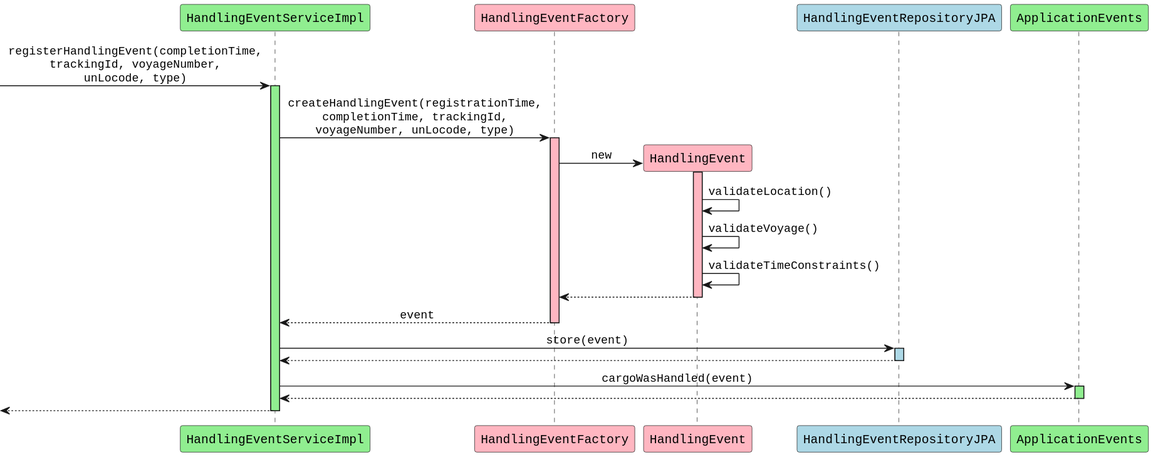
Above: diagrams/HandlingEventServiceImpl_registerHandlingEvent.svg in aowss/dddsample-core (PlantUML), before the change.
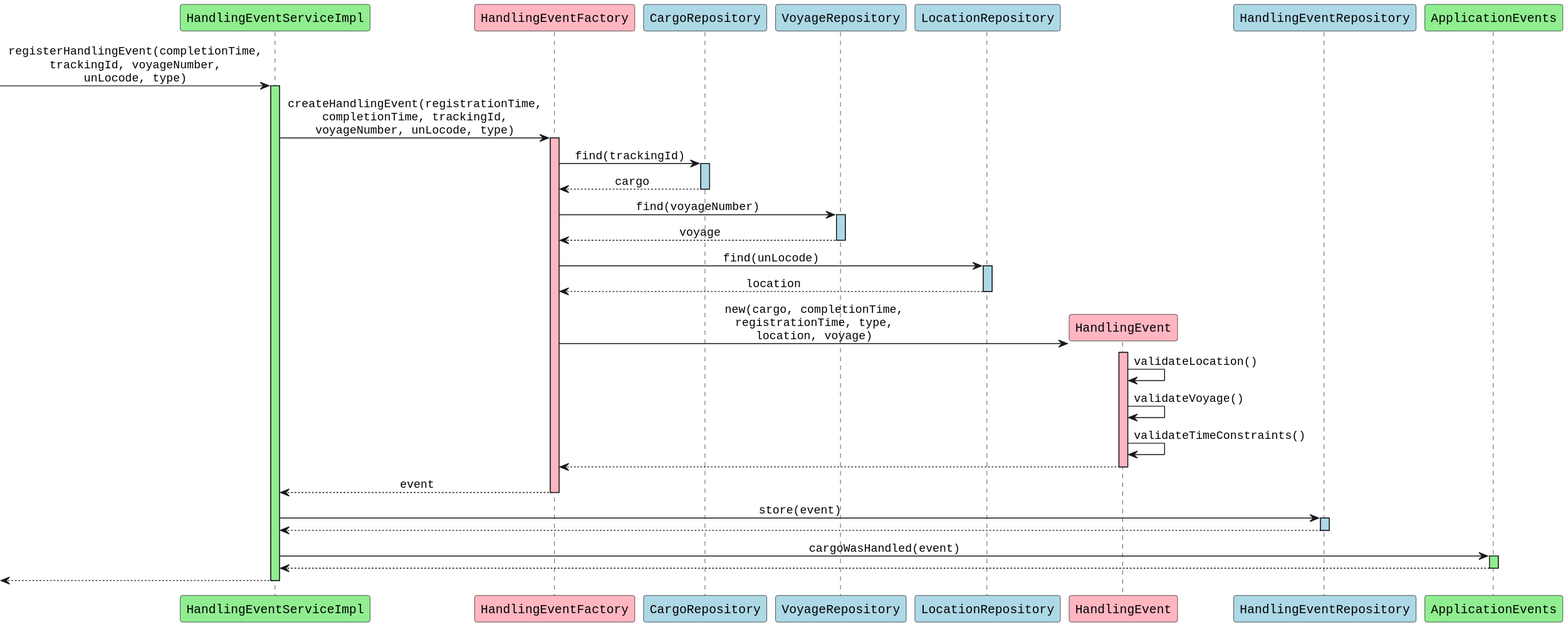
The same diagram one commit later.

Change to the diagram source:
```diff
@@ -5,8 +5,11 @@
 
 participant "HandlingEventServiceImpl" as hes #lightgreen
 participant "HandlingEventFactory" as hef #lightpink
+participant "CargoRepository" as cr #lightblue
+participant "VoyageRepository" as vr #lightblue
+participant "LocationRepository" as lr #lightblue
 participant "HandlingEvent" as he #lightpink
-participant "HandlingEventRepositoryJPA" as her #lightblue
+participant "HandlingEventRepository" as her #lightblue
 participant "ApplicationEvents" as ae #lightgreen
 
 [-> hes: registerHandlingEvent(completionTime,\ntrackingId, voyageNumber,\nunLocode, type)
@@ -14,8 +17,24 @@
 
 hes -> hef: createHandlingEvent(registrationTime,\ncompletionTime, trackingId,\nvoyageNumber, unLocode, type)
 activate hef #lightpink
+
+hef -> cr: find(trackingId)
+activate cr #lightblue
+cr --> hef: cargo
+deactivate cr
+
+hef -> vr: find(voyageNumber)
+activate vr #lightblue
+vr --> hef: voyage
+deactivate vr
+
+hef -> lr: find(unLocode)
+activate lr #lightblue
+lr --> hef: location
+deactivate lr
+
 create he
-hef -> he: new
+hef -> he: new(cargo, completionTime,\nregistrationTime, type,\nlocation, voyage)
 activate he #lightpink
 
 he -> he: validateLocation()
```
